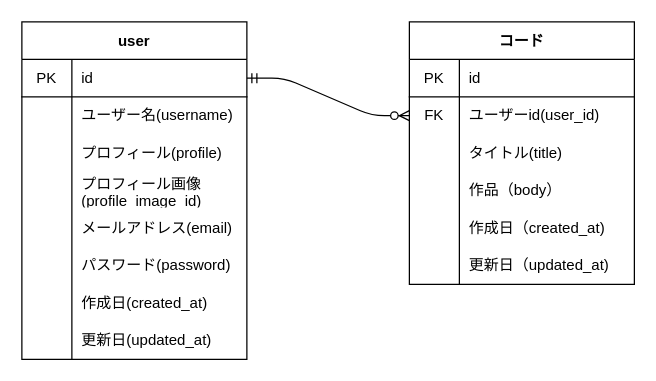
This is src/ER図.drawio from AniP-gt/chord_board, a draw.io file, before an edit. Source tidied: cells renumbered, new cells numbered last; positions are measured from the earlier drawing's top-left corner, leaving out a move shared by most shapes. Both pictures are drawn from the tidied source at 125%, with x=0, y=0 at pixel (21, 21).
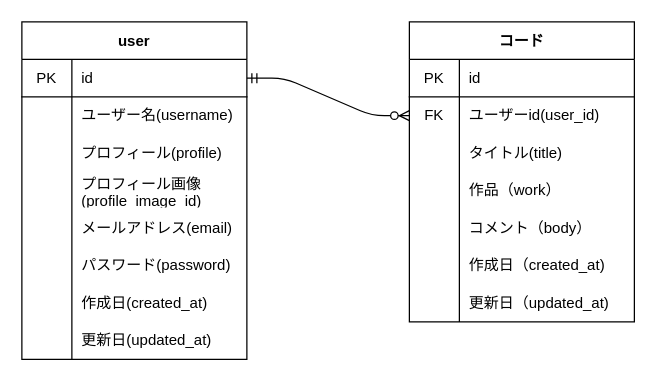
Above is the later version.

Unchanged cells that the change refers to:
```xml
<mxCell id="37" style="shape=partialRectangle;html=1;whiteSpace=wrap;fillColor=none;top=0;left=0;bottom=0;right=0;" parent="27" vertex="1">
  <mxGeometry y="120" width="180" height="30" as="geometry" />
</mxCell>
```

Diff of the diagram source:
```diff
@@
     <mxCell id="27" value="コード" style="shape=table;startSize=30;childLayout=tableLayout;rowLines=0;fontStyle=1;align=center;" parent="1" vertex="1">
-      <mxGeometry x="310" width="180" height="210" as="geometry" />
+      <mxGeometry x="310" width="180" height="240" as="geometry" />
     </mxCell>
@@
-    <mxCell id="39" value="作品（body）" style="shape=partialRectangle;html=1;whiteSpace=wrap;fillColor=none;top=0;left=0;bottom=0;right=0;align=left;spacingLeft=6;overflow=hidden;" parent="37" vertex="1">
+    <mxCell id="39" value="作品（work）" style="shape=partialRectangle;html=1;whiteSpace=wrap;fillColor=none;top=0;left=0;bottom=0;right=0;align=left;spacingLeft=6;overflow=hidden;" parent="37" vertex="1">
       <mxGeometry x="40" width="140" height="30" as="geometry" />
     </mxCell>
+    <mxCell id="47" style="shape=partialRectangle;html=1;whiteSpace=wrap;fillColor=none;top=0;left=0;bottom=0;right=0;" parent="27" vertex="1">
+      <mxGeometry y="150" width="180" height="30" as="geometry" />
+    </mxCell>
+    <mxCell id="48" style="shape=partialRectangle;html=1;whiteSpace=wrap;fillColor=none;top=0;left=0;bottom=0;right=0;overflow=hidden;" parent="47" vertex="1">
+      <mxGeometry width="40" height="30" as="geometry" />
+    </mxCell>
+    <mxCell id="49" value="コメント（body）" style="shape=partialRectangle;html=1;whiteSpace=wrap;fillColor=none;top=0;left=0;bottom=0;right=0;align=left;spacingLeft=6;overflow=hidden;" parent="47" vertex="1">
+      <mxGeometry x="40" width="140" height="30" as="geometry" />
+    </mxCell>
     <mxCell id="40" style="shape=partialRectangle;html=1;whiteSpace=wrap;fillColor=none;top=0;left=0;bottom=0;right=0;" parent="27" vertex="1">
-      <mxGeometry y="150" width="180" height="30" as="geometry" />
+      <mxGeometry y="180" width="180" height="30" as="geometry" />
     </mxCell>
@@
     <mxCell id="43" style="shape=partialRectangle;html=1;whiteSpace=wrap;fillColor=none;top=0;left=0;bottom=0;right=0;" parent="27" vertex="1">
-      <mxGeometry y="180" width="180" height="30" as="geometry" />
+      <mxGeometry y="210" width="180" height="30" as="geometry" />
     </mxCell>
```
